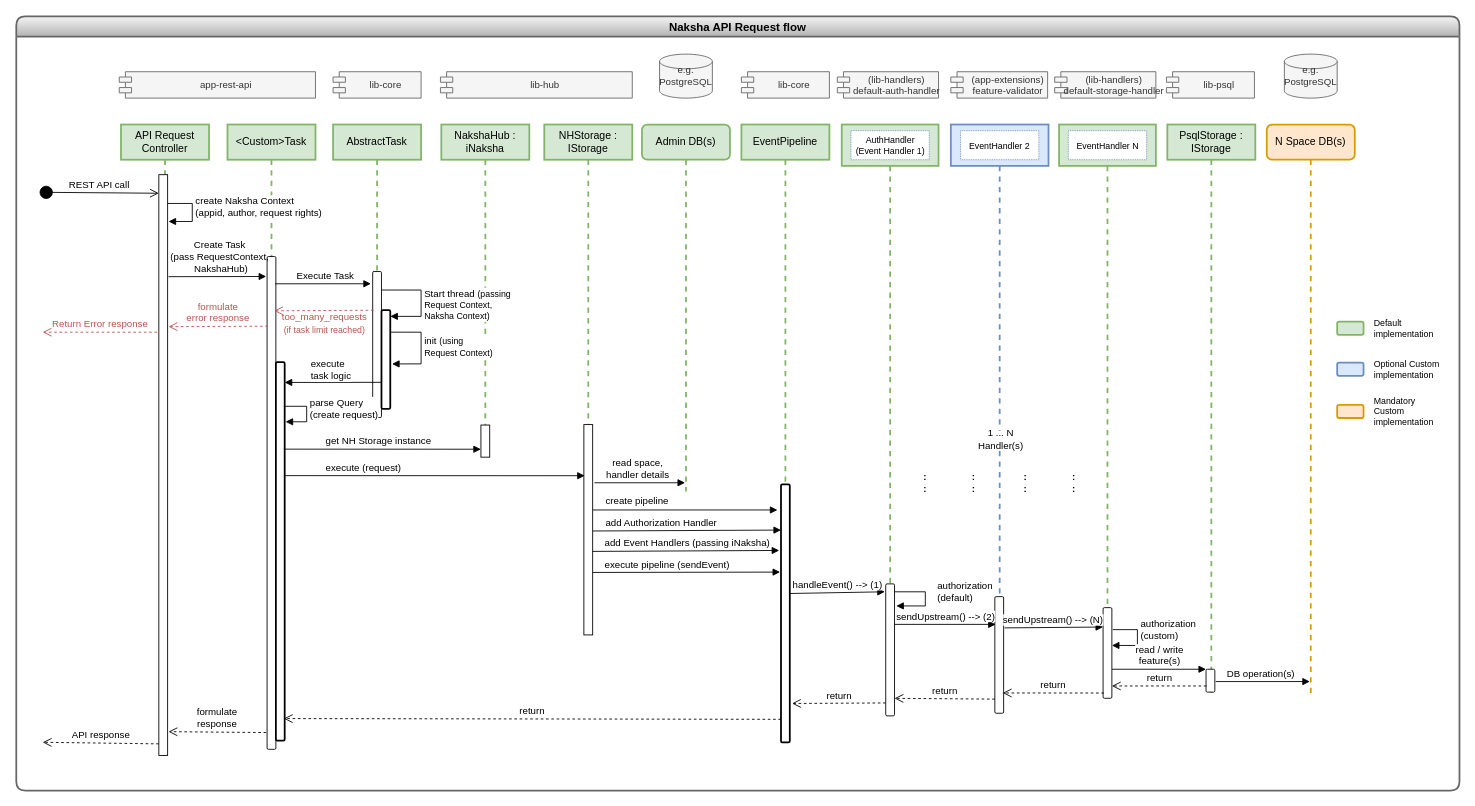
Before: docs/diagrams/api_request_flow.drawio in heremaps/xyz-hub, a draw.io diagram. Source tidied: cells renumbered, new cells numbered last; positions are measured from the earlier drawing's top-left corner, leaving out a move shared by most shapes. Both pictures are drawn from the tidied source at 88%, with x=0, y=0 at pixel (16, 16).
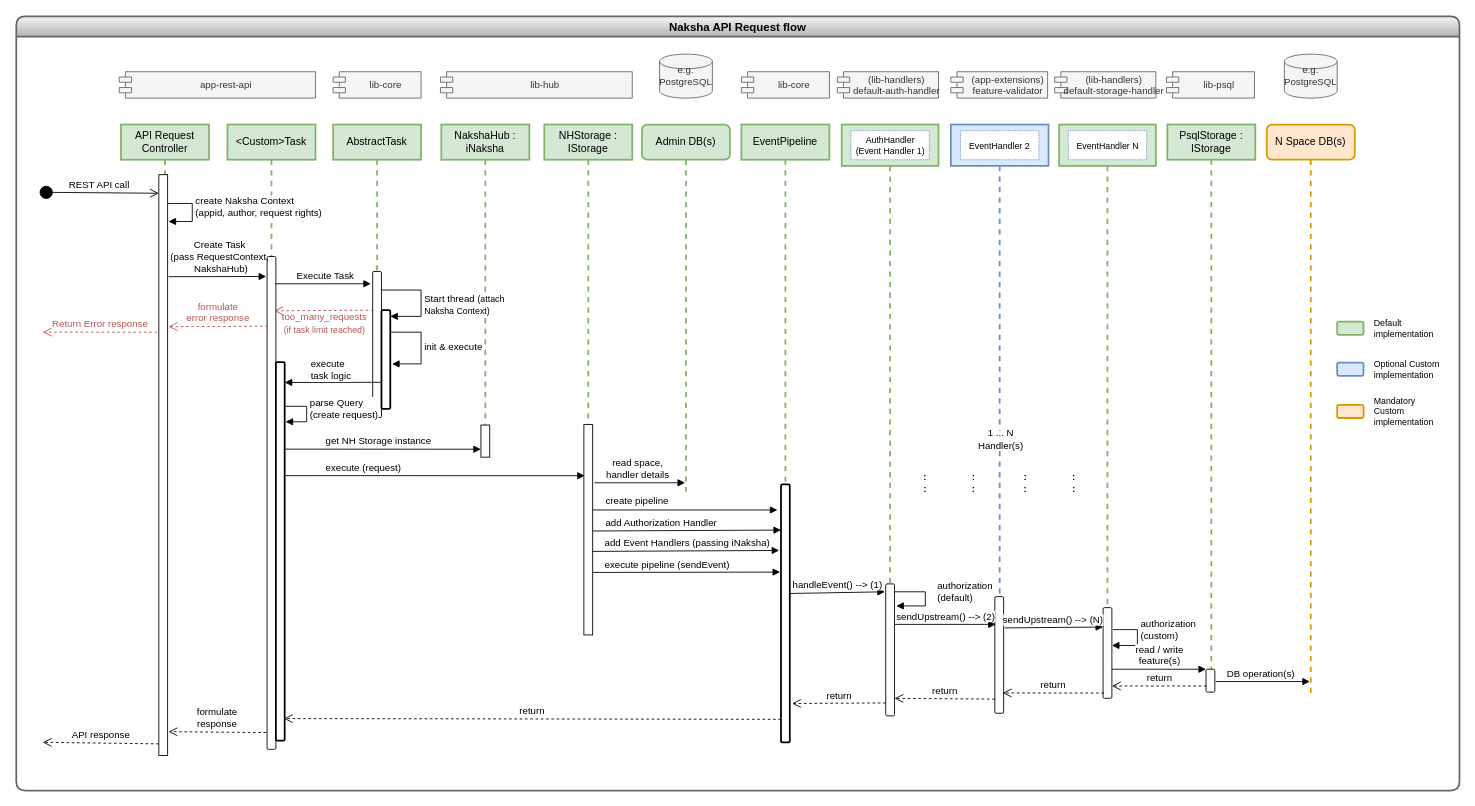
After the change.

Commit message (it also covers changes not shown here):
Updated request flow diagram

Unchanged cells that the change refers to:
```xml
<mxCell id="48" value="AbstractTask" style="shape=umlLifeline;perimeter=lifelinePerimeter;whiteSpace=wrap;html=1;fillColor=#d5e8d4;strokeColor=#82b366;strokeWidth=2;" parent="6" vertex="1">
  <mxGeometry x="360" y="123" width="100" height="297" as="geometry" />
</mxCell>
<mxCell id="49" style="html=1;points=[];perimeter=orthogonalPerimeter;rounded=1;shadow=0;sketch=0;fontSize=11;strokeColor=#000000;strokeWidth=1;" parent="48" vertex="1">
  <mxGeometry x="45" y="167" width="10" height="166" as="geometry" />
</mxCell>
<mxCell id="50" style="html=1;points=[];perimeter=orthogonalPerimeter;rounded=1;shadow=0;sketch=0;fontSize=11;strokeColor=#000000;strokeWidth=2;" parent="48" vertex="1">
  <mxGeometry x="55" y="211" width="10" height="112" as="geometry" />
</mxCell>
```

Diff of the diagram source:
```diff
@@
-    <mxCell id="51" value="Start thread &lt;font style=&quot;font-size: 10px&quot;&gt;(passing&amp;nbsp;&lt;br&gt;Request Context,&lt;br&gt;Naksha Context)&lt;/font&gt;" style="edgeStyle=orthogonalEdgeStyle;html=1;align=left;spacingLeft=2;endArrow=block;rounded=0;fontSize=11;exitX=1;exitY=0.127;exitDx=0;exitDy=0;exitPerimeter=0;" parent="48" edge="1" source="49" target="50">
+    <mxCell id="51" value="Start thread &lt;font style=&quot;font-size: 10px&quot;&gt;(attach&amp;nbsp;&lt;br&gt;Naksha Context)&lt;/font&gt;" style="edgeStyle=orthogonalEdgeStyle;html=1;align=left;spacingLeft=2;endArrow=block;rounded=0;fontSize=11;exitX=1;exitY=0.127;exitDx=0;exitDy=0;exitPerimeter=0;" parent="48" edge="1" source="49" target="50">
       <mxGeometry x="0.12" relative="1" as="geometry">
         <Array as="points">
           <mxPoint x="100" y="188" />
           <mxPoint x="100" y="218" />
         </Array>
       </mxGeometry>
     </mxCell>
-    <mxCell id="52" value="init &lt;font style=&quot;font-size: 10px&quot;&gt;(using &lt;br&gt;Request Context)&lt;/font&gt;" style="edgeStyle=orthogonalEdgeStyle;html=1;align=left;spacingLeft=2;endArrow=block;rounded=0;fontSize=11;exitX=1;exitY=0.223;exitDx=0;exitDy=0;exitPerimeter=0;entryX=1.2;entryY=0.545;entryDx=0;entryDy=0;entryPerimeter=0;" parent="48" edge="1" source="50" target="50">
+    <mxCell id="52" value="init &amp;amp; execute" style="edgeStyle=orthogonalEdgeStyle;html=1;align=left;spacingLeft=2;endArrow=block;rounded=0;fontSize=11;exitX=1;exitY=0.223;exitDx=0;exitDy=0;exitPerimeter=0;entryX=1.2;entryY=0.545;entryDx=0;entryDy=0;entryPerimeter=0;" parent="48" edge="1" source="50" target="50">
       <mxGeometry relative="1" as="geometry">
         <Array as="points">
           <mxPoint x="100" y="236" />
           <mxPoint x="100" y="272" />
         </Array>
       </mxGeometry>
     </mxCell>
```
